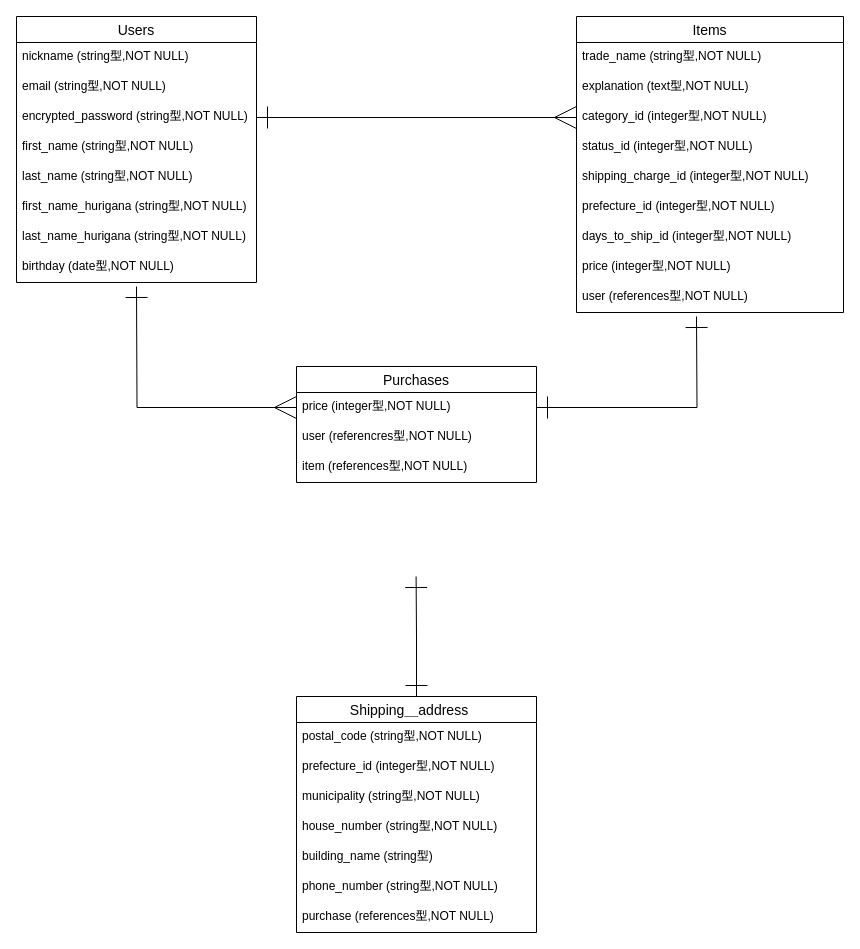
The draw.io diagram ER.dio in MN0607/furima-35359, before the edit. Source tidied: cells renumbered, new cells numbered last; positions are measured from the earlier drawing's top-left corner, leaving out a move shared by most shapes. Both pictures are drawn from the tidied source at 100%, with x=0, y=0 at pixel (16, 16).
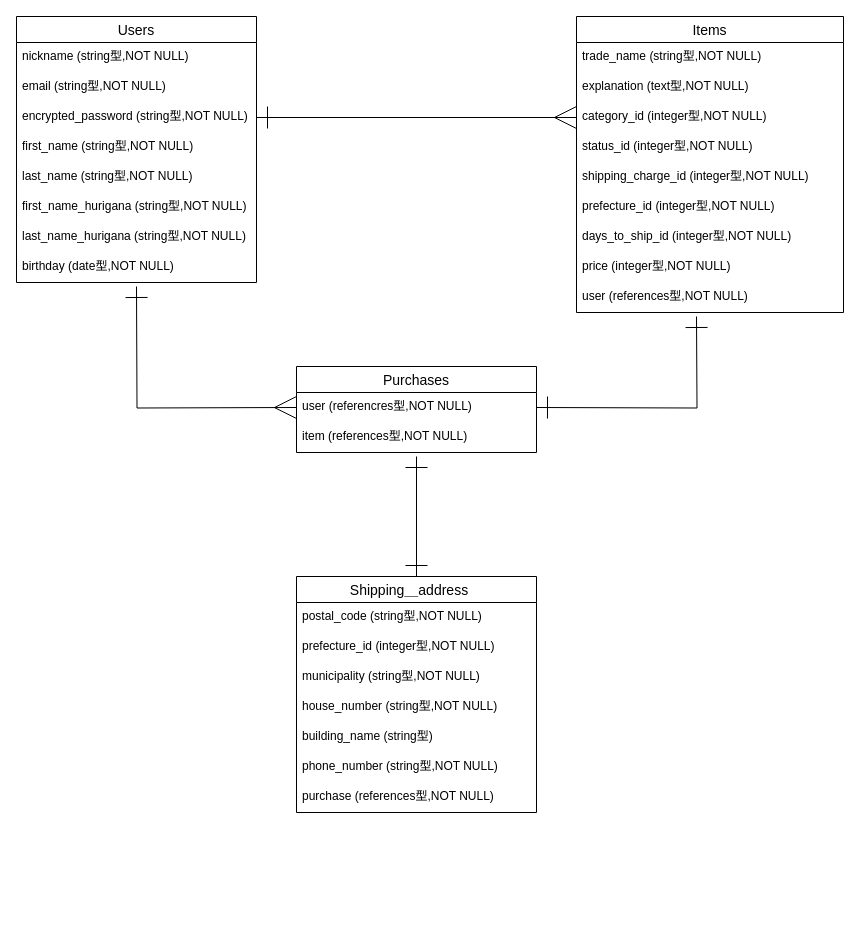
The same page after the edit.

Commit message (it also covers changes not shown here):
【修正2】ER図、README作成

Change to the diagram source:
```diff
@@
     <mxCell id="11" style="edgeStyle=orthogonalEdgeStyle;rounded=0;jettySize=auto;html=1;exitX=0.5;exitY=0;exitDx=0;exitDy=0;startArrow=ERone;startFill=0;endArrow=ERone;endFill=0;startSize=20;endSize=20;targetPerimeterSpacing=0;strokeWidth=1;" parent="1" edge="1" source="12">
       <mxGeometry relative="1" as="geometry">
-        <mxPoint x="399.6" y="560" as="targetPoint" />
+        <mxPoint x="400" y="440" as="targetPoint" />
       </mxGeometry>
     </mxCell>
     <mxCell id="12" value="Shipping＿address　" style="swimlane;fontStyle=0;horizontal=1;startSize=26;align=center;fontSize=14;" parent="1" vertex="1">
-      <mxGeometry x="280" y="680" width="240" height="236" as="geometry" />
+      <mxGeometry x="280" y="560" width="240" height="236" as="geometry" />
     </mxCell>
@@
     <mxCell id="20" value="Purchases" style="swimlane;fontStyle=0;horizontal=1;startSize=26;align=center;fontSize=14;" parent="1" vertex="1">
-      <mxGeometry x="280" y="350" width="240" height="116" as="geometry" />
+      <mxGeometry x="280" y="350" width="240" height="86" as="geometry" />
     </mxCell>
-    <mxCell id="21" value="price (integer型,NOT NULL)" style="text;strokeColor=none;fillColor=none;spacingLeft=4;spacingRight=4;overflow=hidden;points=[[0,0.5],[1,0.5]];portConstraint=eastwest;fontSize=12;" parent="20" vertex="1">
-      <mxGeometry y="26" width="240" height="30" as="geometry" />
-    </mxCell>
     <mxCell id="22" value="user (referencres型,NOT NULL)" style="text;strokeColor=none;fillColor=none;spacingLeft=4;spacingRight=4;overflow=hidden;fontSize=12;" parent="20" vertex="1">
-      <mxGeometry y="56" width="240" height="30" as="geometry" />
+      <mxGeometry y="26" width="240" height="30" as="geometry" />
     </mxCell>
     <mxCell id="23" value="item (references型,NOT NULL)" style="text;strokeColor=none;fillColor=none;spacingLeft=4;spacingRight=4;overflow=hidden;fontSize=12;" parent="20" vertex="1">
-      <mxGeometry y="86" width="240" height="30" as="geometry" />
+      <mxGeometry y="56" width="240" height="30" as="geometry" />
     </mxCell>
@@
-    <mxCell id="35" style="edgeStyle=orthogonalEdgeStyle;rounded=0;jettySize=auto;html=1;exitX=0;exitY=0.5;exitDx=0;exitDy=0;startArrow=ERmany;startFill=0;endArrow=ERone;endFill=0;startSize=20;endSize=20;targetPerimeterSpacing=0;strokeWidth=1;" parent="1" edge="1" source="21">
+    <mxCell id="35" style="edgeStyle=orthogonalEdgeStyle;rounded=0;orthogonalLoop=1;jettySize=auto;html=1;exitX=0;exitY=0.5;exitDx=0;exitDy=0;startArrow=ERmany;startFill=0;endArrow=ERone;endFill=0;startSize=20;endSize=20;targetPerimeterSpacing=0;strokeWidth=1;" parent="1" edge="1">
       <mxGeometry relative="1" as="geometry">
+        <mxPoint x="280" y="391" as="sourcePoint" />
         <mxPoint x="120" y="270" as="targetPoint" />
       </mxGeometry>
     </mxCell>
-    <mxCell id="36" style="edgeStyle=orthogonalEdgeStyle;rounded=0;jettySize=auto;html=1;exitX=1;exitY=0.5;exitDx=0;exitDy=0;startArrow=ERone;startFill=0;endArrow=ERone;endFill=0;startSize=20;endSize=20;targetPerimeterSpacing=0;strokeWidth=1;" parent="1" edge="1" source="21">
+    <mxCell id="36" style="edgeStyle=orthogonalEdgeStyle;rounded=0;orthogonalLoop=1;jettySize=auto;html=1;exitX=1;exitY=0.5;exitDx=0;exitDy=0;startArrow=ERone;startFill=0;endArrow=ERone;endFill=0;startSize=20;endSize=20;targetPerimeterSpacing=0;strokeWidth=1;" parent="1" edge="1">
       <mxGeometry relative="1" as="geometry">
+        <mxPoint x="520" y="391" as="sourcePoint" />
         <mxPoint x="680" y="300" as="targetPoint" />
       </mxGeometry>
     </mxCell>
```
